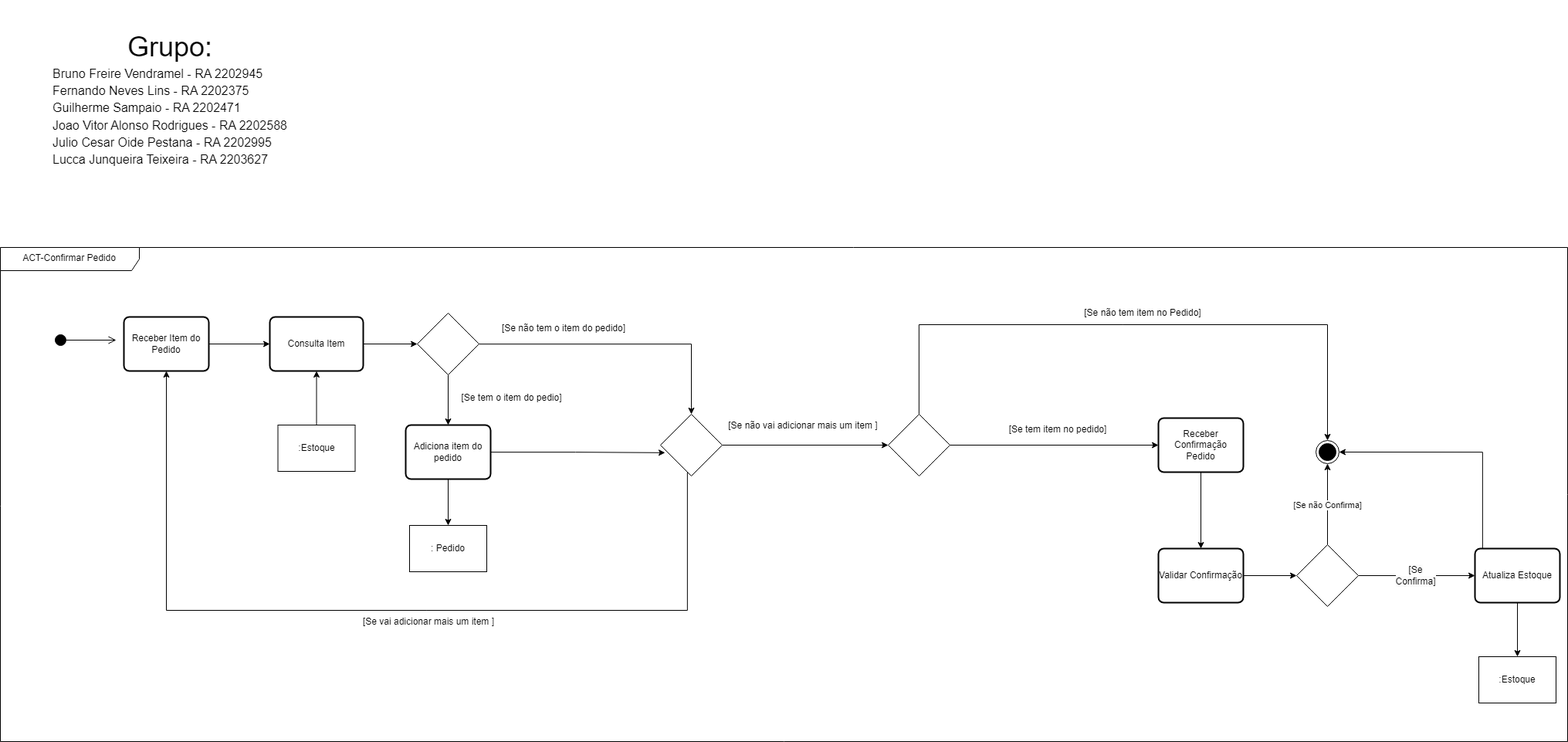
Above: Analise_e_Modelagem/Ap2/DiagramaAtividade/Restobar_ConfirmarPedido_Diagrama_Atividade.png in GuiSampaioDias/Quarto_Semestre (draw.io), before the change. Source tidied: cells renumbered, new cells last; positions are measured from the earlier drawing's top-left corner, leaving out a move shared by most shapes. The source it was exported from:
```xml
<mxGraphModel>
  <root>
    <mxCell id="0" />
    <mxCell id="1" parent="0" />
    <mxCell id="2" value="ACT-Confirmar Pedido" style="shape=umlFrame;whiteSpace=wrap;html=1;width=180;height=30;" parent="1" vertex="1">
      <mxGeometry y="320" width="2030" height="640" as="geometry" />
    </mxCell>
    <mxCell id="3" style="html=1;verticalAlign=bottom;startArrow=circle;startFill=1;endArrow=open;startSize=6;endSize=8;curved=0;rounded=0;" parent="1" edge="1">
      <mxGeometry relative="1" as="geometry">
        <mxPoint x="70" y="440" as="sourcePoint" />
        <mxPoint x="150" y="440" as="targetPoint" />
      </mxGeometry>
    </mxCell>
    <mxCell id="4" style="edgeStyle=orthogonalEdgeStyle;rounded=0;jettySize=auto;html=1;exitX=1;exitY=0.5;exitDx=0;exitDy=0;entryX=0.5;entryY=1;entryDx=0;entryDy=0;" parent="1" edge="1" source="5" target="7">
      <mxGeometry relative="1" as="geometry" />
    </mxCell>
    <mxCell id="5" value="Receber Item do Pedido" style="rounded=1;whiteSpace=wrap;html=1;absoluteArcSize=1;arcSize=14;strokeWidth=2;" parent="1" vertex="1">
      <mxGeometry x="160" y="410" width="110" height="70" as="geometry" />
    </mxCell>
    <mxCell id="6" style="edgeStyle=orthogonalEdgeStyle;rounded=0;jettySize=auto;html=1;entryX=0;entryY=0.5;entryDx=0;entryDy=0;" parent="1" edge="1" source="7" target="14">
      <mxGeometry relative="1" as="geometry" />
    </mxCell>
    <mxCell id="7" value="Consulta Item" style="rounded=1;whiteSpace=wrap;html=1;absoluteArcSize=1;arcSize=14;strokeWidth=2;direction=south;" parent="1" vertex="1">
      <mxGeometry x="349" y="410" width="121" height="70" as="geometry" />
    </mxCell>
    <mxCell id="8" style="edgeStyle=orthogonalEdgeStyle;rounded=0;jettySize=auto;html=1;entryX=0.5;entryY=0;entryDx=0;entryDy=0;" parent="1" edge="1" source="9" target="34">
      <mxGeometry relative="1" as="geometry" />
    </mxCell>
    <mxCell id="9" value="Receber Confirmação Pedido" style="rounded=1;whiteSpace=wrap;html=1;absoluteArcSize=1;arcSize=14;strokeWidth=2;" parent="1" vertex="1">
      <mxGeometry x="1500" y="541" width="110" height="70" as="geometry" />
    </mxCell>
    <mxCell id="10" style="edgeStyle=orthogonalEdgeStyle;rounded=0;jettySize=auto;html=1;entryX=0.5;entryY=0;entryDx=0;entryDy=0;" parent="1" edge="1" source="11" target="18">
      <mxGeometry relative="1" as="geometry" />
    </mxCell>
    <mxCell id="11" value="Adiciona item do pedido" style="rounded=1;whiteSpace=wrap;html=1;absoluteArcSize=1;arcSize=14;strokeWidth=2;" parent="1" vertex="1">
      <mxGeometry x="525" y="550" width="110" height="70" as="geometry" />
    </mxCell>
    <mxCell id="12" style="edgeStyle=orthogonalEdgeStyle;rounded=0;jettySize=auto;html=1;entryX=0.5;entryY=0;entryDx=0;entryDy=0;" parent="1" edge="1" source="14" target="11">
      <mxGeometry relative="1" as="geometry" />
    </mxCell>
    <mxCell id="13" style="edgeStyle=orthogonalEdgeStyle;rounded=0;jettySize=auto;html=1;entryX=0.5;entryY=0;entryDx=0;entryDy=0;entryPerimeter=0;" parent="1" edge="1" source="14" target="22">
      <mxGeometry relative="1" as="geometry" />
    </mxCell>
    <mxCell id="14" style="rhombus;whiteSpace=wrap;html=1;" parent="1" vertex="1">
      <mxGeometry x="540" y="405" width="80" height="80" as="geometry" />
    </mxCell>
    <mxCell id="15" style="edgeStyle=orthogonalEdgeStyle;rounded=0;jettySize=auto;html=1;entryX=1;entryY=0.5;entryDx=0;entryDy=0;" parent="1" edge="1" source="16" target="7">
      <mxGeometry relative="1" as="geometry" />
    </mxCell>
    <mxCell id="16" value=":Estoque" style="rounded=0;whiteSpace=wrap;html=1;" parent="1" vertex="1">
      <mxGeometry x="359.5" y="550" width="100" height="60" as="geometry" />
    </mxCell>
    <mxCell id="17" value="[Se tem o item do pedio]" style="text;html=1;align=center;verticalAlign=middle;whiteSpace=wrap;rounded=0;" parent="1" vertex="1">
      <mxGeometry x="590" y="500" width="145" height="30" as="geometry" />
    </mxCell>
    <mxCell id="18" value=": Pedido" style="rounded=0;whiteSpace=wrap;html=1;" parent="1" vertex="1">
      <mxGeometry x="530" y="680" width="100" height="60" as="geometry" />
    </mxCell>
    <mxCell id="19" value="[Se não tem o item do pedido]" style="text;html=1;align=center;verticalAlign=middle;whiteSpace=wrap;rounded=0;" parent="1" vertex="1">
      <mxGeometry x="640" y="410" width="180" height="30" as="geometry" />
    </mxCell>
    <mxCell id="20" style="edgeStyle=orthogonalEdgeStyle;rounded=0;jettySize=auto;html=1;entryX=0.5;entryY=1;entryDx=0;entryDy=0;" parent="1" edge="1" source="22" target="5">
      <mxGeometry relative="1" as="geometry">
        <Array as="points">
          <mxPoint x="890" y="790" />
          <mxPoint x="215" y="790" />
        </Array>
      </mxGeometry>
    </mxCell>
    <mxCell id="21" style="edgeStyle=orthogonalEdgeStyle;rounded=0;jettySize=auto;html=1;entryX=0;entryY=0.5;entryDx=0;entryDy=0;" parent="1" edge="1" source="22" target="30">
      <mxGeometry relative="1" as="geometry" />
    </mxCell>
    <mxCell id="22" style="rhombus;whiteSpace=wrap;html=1;" parent="1" vertex="1">
      <mxGeometry x="855" y="536" width="80" height="80" as="geometry" />
    </mxCell>
    <mxCell id="23" value="[Se vai adicionar mais um item ]" style="text;html=1;align=center;verticalAlign=middle;whiteSpace=wrap;rounded=0;" parent="1" vertex="1">
      <mxGeometry x="460" y="790" width="190" height="30" as="geometry" />
    </mxCell>
    <mxCell id="24" style="edgeStyle=orthogonalEdgeStyle;rounded=0;jettySize=auto;html=1;entryX=0.075;entryY=0.623;entryDx=0;entryDy=0;entryPerimeter=0;" parent="1" edge="1" source="11" target="22">
      <mxGeometry relative="1" as="geometry" />
    </mxCell>
    <mxCell id="25" style="ellipse;html=1;shape=endState;fillColor=#000000;strokeColor=#000000;" parent="1" vertex="1">
      <mxGeometry x="1704" y="570" width="30" height="30" as="geometry" />
    </mxCell>
    <mxCell id="26" value=":Estoque" style="rounded=0;whiteSpace=wrap;html=1;" parent="1" vertex="1">
      <mxGeometry x="1915" y="850" width="100" height="60" as="geometry" />
    </mxCell>
    <mxCell id="27" value="[Se não vai adicionar mais um item ]" style="text;html=1;align=center;verticalAlign=middle;whiteSpace=wrap;rounded=0;" parent="1" vertex="1">
      <mxGeometry x="940" y="536" width="200" height="30" as="geometry" />
    </mxCell>
    <mxCell id="28" style="edgeStyle=orthogonalEdgeStyle;rounded=0;jettySize=auto;html=1;" parent="1" edge="1" source="30" target="9">
      <mxGeometry relative="1" as="geometry" />
    </mxCell>
    <mxCell id="29" style="edgeStyle=orthogonalEdgeStyle;rounded=0;jettySize=auto;html=1;entryX=0.5;entryY=0;entryDx=0;entryDy=0;" parent="1" edge="1" source="30" target="25">
      <mxGeometry relative="1" as="geometry">
        <Array as="points">
          <mxPoint x="1190" y="420" />
          <mxPoint x="1719" y="420" />
        </Array>
      </mxGeometry>
    </mxCell>
    <mxCell id="30" style="rhombus;whiteSpace=wrap;html=1;" parent="1" vertex="1">
      <mxGeometry x="1150" y="536" width="80" height="80" as="geometry" />
    </mxCell>
    <mxCell id="31" value="[Se tem item no pedido]" style="text;html=1;align=center;verticalAlign=middle;whiteSpace=wrap;rounded=0;" parent="1" vertex="1">
      <mxGeometry x="1270" y="541" width="200" height="30" as="geometry" />
    </mxCell>
    <mxCell id="32" value="[Se não tem item no Pedido]" style="text;html=1;align=center;verticalAlign=middle;whiteSpace=wrap;rounded=0;" parent="1" vertex="1">
      <mxGeometry x="1380" y="390" width="200" height="30" as="geometry" />
    </mxCell>
    <mxCell id="33" style="edgeStyle=orthogonalEdgeStyle;rounded=0;jettySize=auto;html=1;entryX=0;entryY=0.5;entryDx=0;entryDy=0;" parent="1" edge="1" source="34" target="37">
      <mxGeometry relative="1" as="geometry" />
    </mxCell>
    <mxCell id="34" value="Validar Confirmação" style="rounded=1;whiteSpace=wrap;html=1;absoluteArcSize=1;arcSize=14;strokeWidth=2;" parent="1" vertex="1">
      <mxGeometry x="1500" y="710" width="110" height="70" as="geometry" />
    </mxCell>
    <mxCell id="35" value="[Se não Confirma]" style="edgeStyle=orthogonalEdgeStyle;rounded=0;jettySize=auto;html=1;entryX=0.5;entryY=1;entryDx=0;entryDy=0;" parent="1" edge="1" source="37" target="25">
      <mxGeometry relative="1" as="geometry" />
    </mxCell>
    <mxCell id="36" value="&lt;span style=&quot;font-size: 12px; text-wrap: wrap; background-color: rgb(251, 251, 251);&quot;&gt;[Se Confirma]&lt;/span&gt;" style="edgeStyle=orthogonalEdgeStyle;rounded=0;jettySize=auto;html=1;entryX=0;entryY=0.5;entryDx=0;entryDy=0;" parent="1" edge="1" source="37" target="40">
      <mxGeometry relative="1" as="geometry" />
    </mxCell>
    <mxCell id="37" style="rhombus;" parent="1" vertex="1">
      <mxGeometry x="1679" y="705" width="80" height="80" as="geometry" />
    </mxCell>
    <mxCell id="38" style="edgeStyle=orthogonalEdgeStyle;rounded=0;jettySize=auto;html=1;" parent="1" edge="1" source="40" target="26">
      <mxGeometry relative="1" as="geometry" />
    </mxCell>
    <mxCell id="39" style="edgeStyle=orthogonalEdgeStyle;rounded=0;jettySize=auto;html=1;entryX=1;entryY=0.5;entryDx=0;entryDy=0;" parent="1" edge="1" source="40" target="25">
      <mxGeometry relative="1" as="geometry">
        <Array as="points">
          <mxPoint x="1920" y="585" />
        </Array>
      </mxGeometry>
    </mxCell>
    <mxCell id="40" value="Atualiza Estoque" style="rounded=1;whiteSpace=wrap;html=1;absoluteArcSize=1;arcSize=14;strokeWidth=2;" parent="1" vertex="1">
      <mxGeometry x="1910" y="710" width="110" height="70" as="geometry" />
    </mxCell>
    <mxCell id="41" value="&lt;span id=&quot;docs-internal-guid-8434d6e9-7fff-c247-7791-f04bce8001fc&quot;&gt;&lt;p style=&quot;line-height:1.38;margin-top:0pt;margin-bottom:0pt;&quot; dir=&quot;ltr&quot;&gt;&lt;span style=&quot;font-family: Arial, sans-serif; background-color: transparent; font-variant-numeric: normal; font-variant-east-asian: normal; font-variant-alternates: normal; font-variant-position: normal; vertical-align: baseline; white-space-collapse: preserve;&quot;&gt;&lt;font style=&quot;font-size: 36px;&quot;&gt;Grupo:&lt;/font&gt;&lt;/span&gt;&lt;/p&gt;&lt;p style=&quot;line-height:1.38;text-align: justify;margin-top:0pt;margin-bottom:0pt;&quot; dir=&quot;ltr&quot;&gt;&lt;span style=&quot;font-family: Arial, sans-serif; background-color: transparent; font-variant-numeric: normal; font-variant-east-asian: normal; font-variant-alternates: normal; font-variant-position: normal; vertical-align: baseline; white-space-collapse: preserve;&quot;&gt;&lt;font size=&quot;3&quot;&gt;Bruno Freire Vendramel - RA 2202945&lt;/font&gt;&lt;/span&gt;&lt;/p&gt;&lt;p style=&quot;line-height:1.38;text-align: justify;margin-top:0pt;margin-bottom:0pt;&quot; dir=&quot;ltr&quot;&gt;&lt;span style=&quot;font-family: Arial, sans-serif; background-color: transparent; font-variant-numeric: normal; font-variant-east-asian: normal; font-variant-alternates: normal; font-variant-position: normal; vertical-align: baseline; white-space-collapse: preserve;&quot;&gt;&lt;font size=&quot;3&quot;&gt;Fernando Neves Lins - RA 2202375&lt;/font&gt;&lt;/span&gt;&lt;/p&gt;&lt;p style=&quot;line-height:1.38;text-align: justify;margin-top:0pt;margin-bottom:0pt;&quot; dir=&quot;ltr&quot;&gt;&lt;span style=&quot;font-family: Arial, sans-serif; background-color: transparent; font-variant-numeric: normal; font-variant-east-asian: normal; font-variant-alternates: normal; font-variant-position: normal; vertical-align: baseline; white-space-collapse: preserve;&quot;&gt;&lt;font size=&quot;3&quot;&gt;Guilherme Sampaio - RA 2202471&lt;/font&gt;&lt;/span&gt;&lt;/p&gt;&lt;p style=&quot;line-height:1.38;text-align: justify;margin-top:0pt;margin-bottom:0pt;&quot; dir=&quot;ltr&quot;&gt;&lt;span style=&quot;font-family: Arial, sans-serif; background-color: transparent; font-variant-numeric: normal; font-variant-east-asian: normal; font-variant-alternates: normal; font-variant-position: normal; vertical-align: baseline; white-space-collapse: preserve;&quot;&gt;&lt;font size=&quot;3&quot;&gt;Joao Vitor Alonso Rodrigues - RA 2202588&lt;/font&gt;&lt;/span&gt;&lt;/p&gt;&lt;p style=&quot;line-height:1.38;text-align: justify;margin-top:0pt;margin-bottom:0pt;&quot; dir=&quot;ltr&quot;&gt;&lt;span style=&quot;font-family: Arial, sans-serif; background-color: transparent; font-variant-numeric: normal; font-variant-east-asian: normal; font-variant-alternates: normal; font-variant-position: normal; vertical-align: baseline; white-space-collapse: preserve;&quot;&gt;&lt;font size=&quot;3&quot;&gt;Julio Cesar Oide Pestana - RA 2202995&lt;/font&gt;&lt;/span&gt;&lt;/p&gt;&lt;p style=&quot;line-height:1.38;text-align: justify;margin-top:0pt;margin-bottom:0pt;&quot; dir=&quot;ltr&quot;&gt;&lt;span style=&quot;font-family: Arial, sans-serif; background-color: transparent; font-variant-numeric: normal; font-variant-east-asian: normal; font-variant-alternates: normal; font-variant-position: normal; vertical-align: baseline; white-space-collapse: preserve;&quot;&gt;&lt;font size=&quot;3&quot;&gt;Lucca Junqueira Teixeira - RA 2203627&lt;/font&gt;&lt;/span&gt;&lt;/p&gt;&lt;div&gt;&lt;span style=&quot;font-size: 11pt; font-family: Arial, sans-serif; background-color: transparent; font-variant-numeric: normal; font-variant-east-asian: normal; font-variant-alternates: normal; font-variant-position: normal; vertical-align: baseline; white-space-collapse: preserve;&quot;&gt;&lt;br&gt;&lt;/span&gt;&lt;/div&gt;&lt;/span&gt;" style="text;html=1;align=center;verticalAlign=middle;whiteSpace=wrap;rounded=0;" parent="1" vertex="1">
      <mxGeometry width="440" height="270" as="geometry" />
    </mxCell>
  </root>
</mxGraphModel>
```
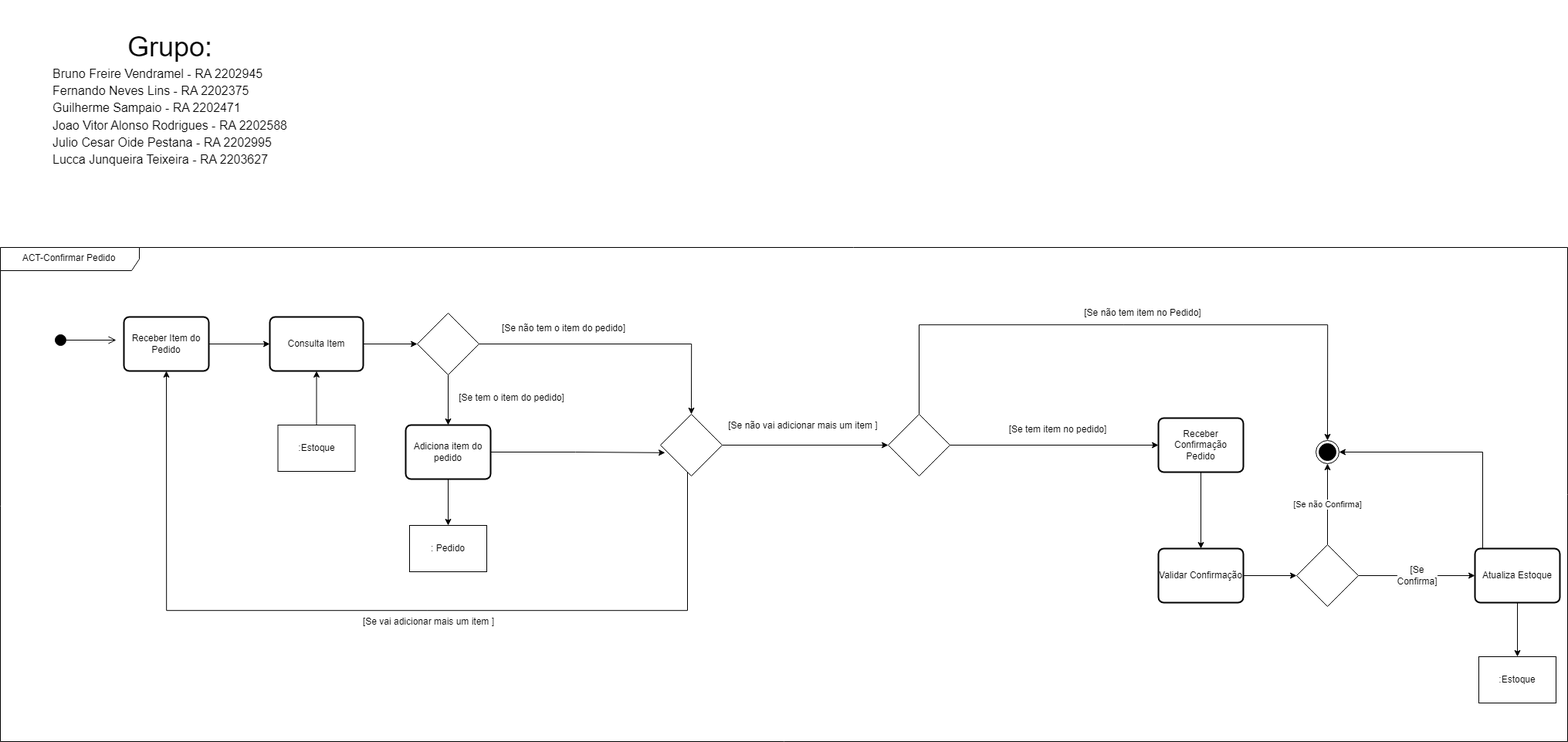
After the commit.

What changed in the source:
```diff
@@ -50,7 +50,7 @@
     <mxCell id="16" value=":Estoque" style="rounded=0;whiteSpace=wrap;html=1;" parent="1" vertex="1">
       <mxGeometry x="359.5" y="550" width="100" height="60" as="geometry" />
     </mxCell>
-    <mxCell id="17" value="[Se tem o item do pedio]" style="text;html=1;align=center;verticalAlign=middle;whiteSpace=wrap;rounded=0;" parent="1" vertex="1">
+    <mxCell id="17" value="[Se tem o item do pedido]" style="text;html=1;align=center;verticalAlign=middle;whiteSpace=wrap;rounded=0;" parent="1" vertex="1">
       <mxGeometry x="590" y="500" width="145" height="30" as="geometry" />
     </mxCell>
     <mxCell id="18" value=": Pedido" style="rounded=0;whiteSpace=wrap;html=1;" parent="1" vertex="1">
```
